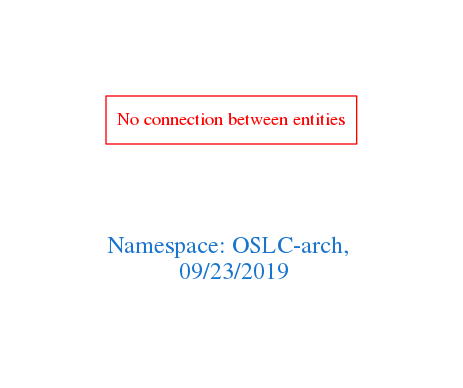
Earlier version of the Graphviz export downloads/OSLC-arch.png (arago/OGIT). Its source is kept beside it as downloads/OSLC-arch.dot.
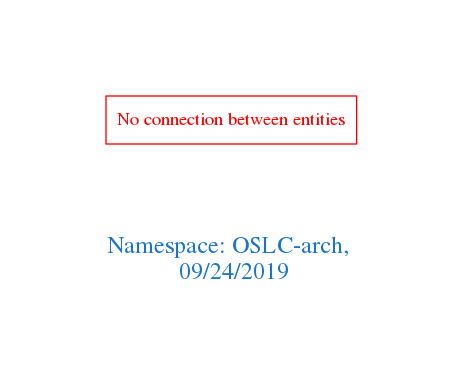
After the commit.

The edit, as a diff of the source:
```diff
@@ -1,7 +1,7 @@
 digraph OGIT_ontology {
  graph [ rankdir= LR,pad=1
 fontsize = 18,
-fontcolor= dodgerblue3,label = "\n\n\nNamespace: OSLC-arch, \n 09/23/2019"];
+fontcolor= dodgerblue3,label = "\n\n\nNamespace: OSLC-arch, \n 09/24/2019"];
 node[shape=polygon];
 edge [  color="gray81"];
 
```
